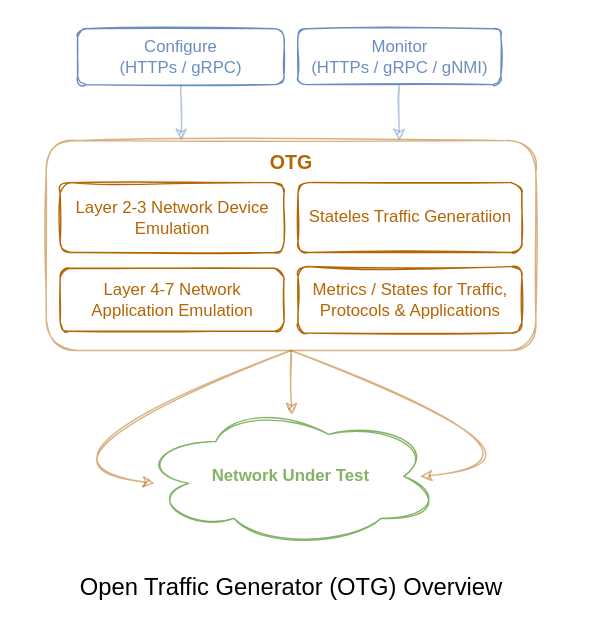
This is profile/otg-overview.drawio.svg from open-traffic-generator/.github, a draw.io export, as it was before one commit. Source tidied: cells renumbered, new cells last; positions are measured from the earlier drawing's top-left corner, leaving out a move shared by most shapes.
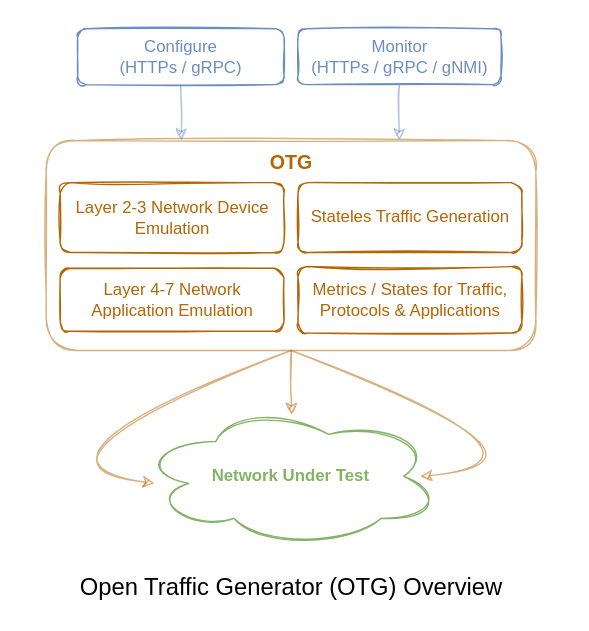
The same file after the commit.

Commit message:
fixed typo in diagram

What changed in the source:
```diff
@@ -11,7 +11,7 @@
     <mxCell id="4" value="&lt;font color=&quot;#b46504&quot;&gt;Layer 2-3 Network Device Emulation&lt;/font&gt;" style="rounded=1;whiteSpace=wrap;html=1;fillColor=none;strokeColor=#b46504;sketch=1;" parent="1" vertex="1">
       <mxGeometry x="42.5" y="130" width="160" height="50" as="geometry" />
     </mxCell>
-    <mxCell id="5" value="&lt;font color=&quot;#b46504&quot;&gt;Stateles Traffic Generatiion&lt;/font&gt;" style="rounded=1;whiteSpace=wrap;html=1;fillColor=none;strokeColor=#b46504;sketch=1;" parent="1" vertex="1">
+    <mxCell id="5" value="&lt;font color=&quot;#b46504&quot;&gt;Stateles Traffic Generation&lt;/font&gt;" style="rounded=1;whiteSpace=wrap;html=1;fillColor=none;strokeColor=#b46504;sketch=1;" parent="1" vertex="1">
       <mxGeometry x="212.5" y="130" width="160" height="50" as="geometry" />
     </mxCell>
     <mxCell id="6" value="&lt;font color=&quot;#000000&quot; style=&quot;font-size: 17px&quot;&gt;Open Traffic Generator (OTG) Overview&lt;/font&gt;" style="text;html=1;strokeColor=none;fillColor=none;align=center;verticalAlign=middle;whiteSpace=wrap;rounded=0;fontColor=#82B366;" parent="1" vertex="1">
```
